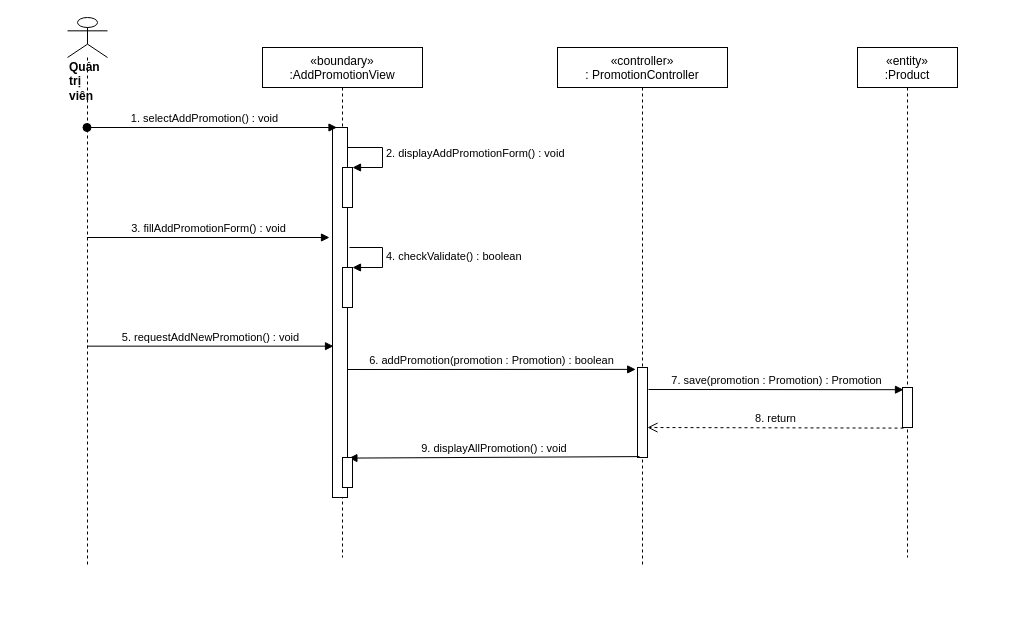
The draw.io diagram sequence diagram/add-newPromotion-sequence.drawio in nguyenphamvan/datn_20202, before the edit. Source tidied: cells renumbered, new cells numbered last; positions are measured from the earlier drawing's top-left corner, leaving out a move shared by most shapes. Both pictures are drawn from the tidied source at 100%, with x=0, y=0 at pixel (67, 17).
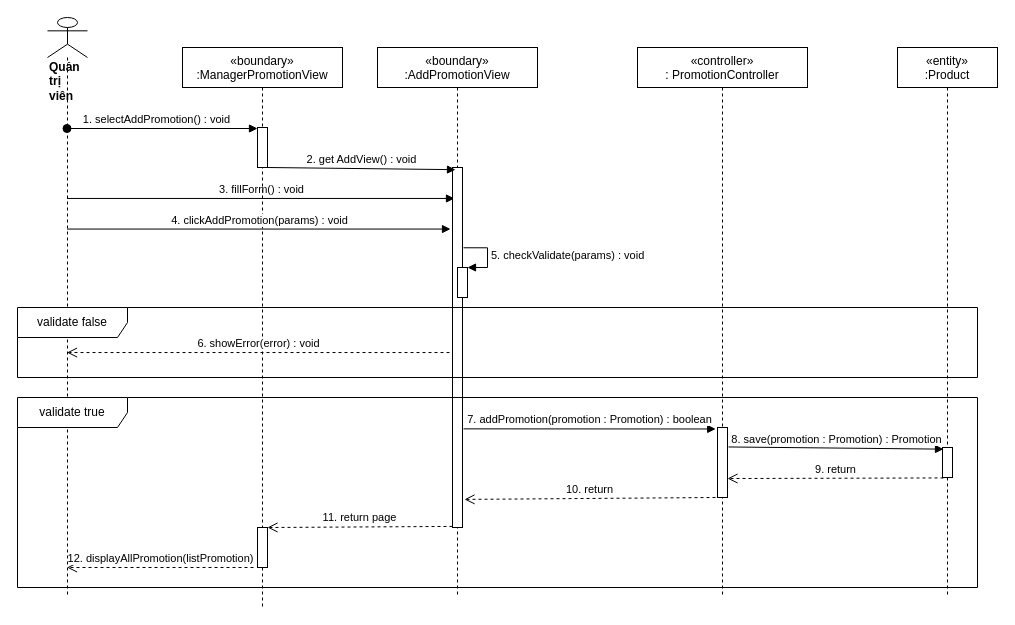
The same diagram, later.

Change to the diagram source:
```diff
@@
     <mxCell id="2" value="«boundary»&#10;:AddPromotionView" style="shape=umlLifeline;perimeter=lifelinePerimeter;rounded=0;shadow=0;strokeWidth=1;" parent="1" vertex="1">
-      <mxGeometry x="195" y="30" width="160" height="510" as="geometry" />
+      <mxGeometry x="310" y="30" width="160" height="550" as="geometry" />
     </mxCell>
-    <mxCell id="3" style="points=[];perimeter=orthogonalPerimeter;rounded=0;shadow=0;strokeWidth=1;" parent="2" vertex="1">
-      <mxGeometry x="70" y="80" width="15" height="370" as="geometry" />
-    </mxCell>
     <mxCell id="4" value="«controller»&#10;: PromotionController" style="shape=umlLifeline;perimeter=lifelinePerimeter;rounded=0;shadow=0;strokeWidth=1;" parent="1" vertex="1">
-      <mxGeometry x="490" y="30" width="170" height="520" as="geometry" />
+      <mxGeometry x="570" y="30" width="170" height="550" as="geometry" />
     </mxCell>
     <mxCell id="5" style="points=[];perimeter=orthogonalPerimeter;rounded=0;shadow=0;strokeWidth=1;" parent="4" vertex="1">
-      <mxGeometry x="80" y="320" width="10" height="90" as="geometry" />
+      <mxGeometry x="80" y="380" width="10" height="70" as="geometry" />
     </mxCell>
     <mxCell id="6" value="&lt;div&gt;&lt;b&gt;Quản trị viên&lt;/b&gt;&lt;/div&gt;" style="shape=umlLifeline;participant=umlActor;perimeter=lifelinePerimeter;whiteSpace=wrap;html=1;verticalAlign=top;spacingTop=36;outlineConnect=0;align=left;size=40;" parent="1" vertex="1">
-      <mxGeometry width="40" height="550" as="geometry" />
+      <mxGeometry x="-20" width="40" height="580" as="geometry" />
     </mxCell>
-    <mxCell id="7" value="1. selectAddPromotion() : void" style="verticalAlign=bottom;startArrow=oval;endArrow=block;startSize=8;shadow=0;strokeWidth=1;entryX=0.3;entryY=0;entryDx=0;entryDy=0;entryPerimeter=0;" parent="1" edge="1" source="6" target="3">
+    <mxCell id="7" value="1. selectAddPromotion() : void" style="verticalAlign=bottom;startArrow=oval;endArrow=block;startSize=8;shadow=0;strokeWidth=1;entryX=0;entryY=0.025;entryDx=0;entryDy=0;entryPerimeter=0;" parent="1" edge="1" source="6" target="22">
       <mxGeometry x="-0.06" relative="1" as="geometry" />
     </mxCell>
     <mxCell id="8" value="«entity»&#10;:Product" style="shape=umlLifeline;perimeter=lifelinePerimeter;rounded=0;shadow=0;strokeWidth=1;" parent="1" vertex="1">
-      <mxGeometry x="790" y="30" width="100" height="510" as="geometry" />
+      <mxGeometry x="830" y="30" width="100" height="550" as="geometry" />
     </mxCell>
     <mxCell id="9" style="points=[];perimeter=orthogonalPerimeter;rounded=0;shadow=0;strokeWidth=1;" parent="8" vertex="1">
-      <mxGeometry x="45" y="340" width="10" height="40" as="geometry" />
+      <mxGeometry x="45" y="400" width="10" height="30" as="geometry" />
     </mxCell>
-    <mxCell id="10" value="7. save(promotion : Promotion) : Promotion" style="html=1;verticalAlign=bottom;endArrow=block;entryX=0.1;entryY=0.055;entryDx=0;entryDy=0;entryPerimeter=0;" parent="1" edge="1" target="9">
-      <mxGeometry relative="1" as="geometry">
-        <mxPoint x="581" y="372" as="sourcePoint" />
-      </mxGeometry>
+    <mxCell id="10" value="8. save(promotion : Promotion) : Promotion" style="html=1;verticalAlign=bottom;endArrow=block;entryX=0.1;entryY=0.055;entryDx=0;entryDy=0;entryPerimeter=0;exitX=1.1;exitY=0.278;exitDx=0;exitDy=0;exitPerimeter=0;" parent="1" edge="1" source="5" target="9">
+      <mxGeometry relative="1" as="geometry" />
     </mxCell>
-    <mxCell id="11" value="8. return" style="html=1;verticalAlign=bottom;endArrow=open;dashed=1;endSize=8;exitX=0.1;exitY=1.015;exitDx=0;exitDy=0;exitPerimeter=0;entryX=1;entryY=0.667;entryDx=0;entryDy=0;entryPerimeter=0;" parent="1" edge="1" source="9" target="5">
+    <mxCell id="11" value="9. return" style="html=1;verticalAlign=bottom;endArrow=open;dashed=1;endSize=8;exitX=0.1;exitY=1.015;exitDx=0;exitDy=0;exitPerimeter=0;entryX=1;entryY=0.729;entryDx=0;entryDy=0;entryPerimeter=0;" parent="1" edge="1" source="9" target="5">
       <mxGeometry relative="1" as="geometry" />
     </mxCell>
-    <mxCell id="12" value="3. fillAddPromotionForm() : void" style="html=1;verticalAlign=bottom;endArrow=block;" parent="1" edge="1" source="6">
-      <mxGeometry relative="1" as="geometry">
-        <mxPoint x="262" y="220" as="targetPoint" />
-      </mxGeometry>
+    <mxCell id="12" value="3. fillForm() : void" style="html=1;verticalAlign=bottom;endArrow=block;entryX=0.2;entryY=0.086;entryDx=0;entryDy=0;entryPerimeter=0;" parent="1" edge="1" source="6" target="23">
+      <mxGeometry relative="1" as="geometry" />
     </mxCell>
-    <mxCell id="13" value="5. requestAddNewPromotion() : void" style="html=1;verticalAlign=bottom;endArrow=block;entryX=0.067;entryY=0.591;entryDx=0;entryDy=0;entryPerimeter=0;" parent="1" edge="1" source="6" target="3">
-      <mxGeometry relative="1" as="geometry" />
-    </mxCell>
-    <mxCell id="14" value="6. addPromotion(promotion : Promotion) : boolean" style="html=1;verticalAlign=bottom;endArrow=block;entryX=-0.18;entryY=0.021;entryDx=0;entryDy=0;entryPerimeter=0;" parent="1" edge="1" target="5">
-      <mxGeometry relative="1" as="geometry">
-        <mxPoint x="280" y="352" as="sourcePoint" />
-      </mxGeometry>
+    <mxCell id="14" value="7. addPromotion(promotion : Promotion) : boolean" style="html=1;verticalAlign=bottom;endArrow=block;entryX=-0.18;entryY=0.021;entryDx=0;entryDy=0;entryPerimeter=0;exitX=1.1;exitY=0.726;exitDx=0;exitDy=0;exitPerimeter=0;" parent="1" edge="1" source="23" target="5">
+      <mxGeometry relative="1" as="geometry" />
     </mxCell>
-    <mxCell id="15" value="9. displayAllPromotion() : void" style="verticalAlign=bottom;endArrow=block;shadow=0;strokeWidth=1;entryX=0.64;entryY=0.02;entryDx=0;entryDy=0;entryPerimeter=0;exitX=0.2;exitY=0.99;exitDx=0;exitDy=0;exitPerimeter=0;" parent="1" edge="1" source="5" target="20">
-      <mxGeometry relative="1" as="geometry" />
-    </mxCell>
-    <mxCell id="16" style="html=1;points=[];perimeter=orthogonalPerimeter;" parent="1" vertex="1">
-      <mxGeometry x="275" y="150" width="10" height="40" as="geometry" />
-    </mxCell>
-    <mxCell id="17" value="2. displayAddPromotionForm() : void" style="edgeStyle=orthogonalEdgeStyle;html=1;align=left;spacingLeft=2;endArrow=block;rounded=0;entryX=1;entryY=0;exitX=1;exitY=0.059;exitDx=0;exitDy=0;exitPerimeter=0;" parent="1" edge="1" source="3" target="16">
-      <mxGeometry relative="1" as="geometry">
-        <Array as="points">
-          <mxPoint x="315" y="130" />
-          <mxPoint x="315" y="150" />
-        </Array>
-      </mxGeometry>
-    </mxCell>
-    <mxCell id="18" style="html=1;points=[];perimeter=orthogonalPerimeter;" parent="1" vertex="1">
-      <mxGeometry x="275" y="250" width="10" height="40" as="geometry" />
-    </mxCell>
-    <mxCell id="19" value="4. checkValidate() : boolean" style="edgeStyle=orthogonalEdgeStyle;html=1;align=left;spacingLeft=2;endArrow=block;rounded=0;entryX=1;entryY=0;" parent="1" edge="1" target="18">
-      <mxGeometry relative="1" as="geometry">
-        <mxPoint x="282" y="230" as="sourcePoint" />
-        <Array as="points">
-          <mxPoint x="315" y="230" />
-          <mxPoint x="315" y="250" />
-        </Array>
-      </mxGeometry>
-    </mxCell>
-    <mxCell id="20" style="html=1;points=[];perimeter=orthogonalPerimeter;" parent="1" vertex="1">
-      <mxGeometry x="275" y="440" width="10" height="30" as="geometry" />
-    </mxCell>
+    <mxCell id="21" value="«boundary»&#10;:ManagerPromotionView" style="shape=umlLifeline;perimeter=lifelinePerimeter;rounded=0;shadow=0;strokeWidth=1;" parent="1" vertex="1">
+      <mxGeometry x="115" y="30" width="160" height="560" as="geometry" />
+    </mxCell>
+    <mxCell id="22" style="html=1;points=[];perimeter=orthogonalPerimeter;" parent="1" vertex="1">
+      <mxGeometry x="190" y="110" width="10" height="40" as="geometry" />
+    </mxCell>
+    <mxCell id="23" style="html=1;points=[];perimeter=orthogonalPerimeter;" parent="1" vertex="1">
+      <mxGeometry x="385" y="150" width="10" height="360" as="geometry" />
+    </mxCell>
+    <mxCell id="24" value="2. get AddView() : void" style="html=1;verticalAlign=bottom;endArrow=block;exitX=1;exitY=1;exitDx=0;exitDy=0;exitPerimeter=0;entryX=0.3;entryY=0.006;entryDx=0;entryDy=0;entryPerimeter=0;" parent="1" edge="1" source="22" target="23">
+      <mxGeometry relative="1" as="geometry" />
+    </mxCell>
+    <mxCell id="25" style="html=1;points=[];perimeter=orthogonalPerimeter;" parent="1" vertex="1">
+      <mxGeometry x="390" y="250" width="10" height="30" as="geometry" />
+    </mxCell>
+    <mxCell id="26" value="5. checkValidate(params) : void&amp;nbsp;" style="edgeStyle=orthogonalEdgeStyle;html=1;align=left;spacingLeft=2;endArrow=block;rounded=0;entryX=1;entryY=0;exitX=1.1;exitY=0.223;exitDx=0;exitDy=0;exitPerimeter=0;" parent="1" edge="1" source="23" target="25">
+      <mxGeometry relative="1" as="geometry">
+        <Array as="points">
+          <mxPoint x="396" y="230" />
+          <mxPoint x="420" y="230" />
+          <mxPoint x="420" y="250" />
+        </Array>
+      </mxGeometry>
+    </mxCell>
+    <mxCell id="27" value="4. clickAddPromotion(params) : void" style="html=1;verticalAlign=bottom;endArrow=block;entryX=-0.2;entryY=0.171;entryDx=0;entryDy=0;entryPerimeter=0;" parent="1" edge="1" source="6" target="23">
+      <mxGeometry relative="1" as="geometry" />
+    </mxCell>
+    <mxCell id="28" value="6. showError(error) : void" style="html=1;verticalAlign=bottom;endArrow=open;dashed=1;endSize=8;exitX=-0.3;exitY=0.514;exitDx=0;exitDy=0;exitPerimeter=0;" parent="1" edge="1" source="23" target="6">
+      <mxGeometry relative="1" as="geometry" />
+    </mxCell>
+    <mxCell id="29" value="validate false" style="shape=umlFrame;whiteSpace=wrap;html=1;width=110;height=30;" parent="1" vertex="1">
+      <mxGeometry x="-50" y="290" width="960" height="70" as="geometry" />
+    </mxCell>
+    <mxCell id="30" value="10. return" style="html=1;verticalAlign=bottom;endArrow=open;dashed=1;endSize=8;entryX=1.2;entryY=0.922;entryDx=0;entryDy=0;entryPerimeter=0;" parent="1" edge="1" target="23">
+      <mxGeometry relative="1" as="geometry">
+        <mxPoint x="648" y="480" as="sourcePoint" />
+      </mxGeometry>
+    </mxCell>
+    <mxCell id="31" value="11. return page" style="html=1;verticalAlign=bottom;endArrow=open;dashed=1;endSize=8;exitX=0;exitY=0.997;exitDx=0;exitDy=0;exitPerimeter=0;" parent="1" edge="1" source="23" target="32">
+      <mxGeometry relative="1" as="geometry" />
+    </mxCell>
+    <mxCell id="32" style="html=1;points=[];perimeter=orthogonalPerimeter;" parent="1" vertex="1">
+      <mxGeometry x="190" y="510" width="10" height="40" as="geometry" />
+    </mxCell>
+    <mxCell id="33" value="validate true" style="shape=umlFrame;whiteSpace=wrap;html=1;width=110;height=30;" parent="1" vertex="1">
+      <mxGeometry x="-50" y="380" width="960" height="190" as="geometry" />
+    </mxCell>
+    <mxCell id="34" value="&lt;span style=&quot;color: rgb(0 , 0 , 0) ; font-family: &amp;#34;helvetica&amp;#34; ; font-size: 11px ; font-style: normal ; font-weight: 400 ; letter-spacing: normal ; text-align: center ; text-indent: 0px ; text-transform: none ; word-spacing: 0px ; background-color: rgb(255 , 255 , 255) ; display: inline ; float: none&quot;&gt;12. displayAllPromotion(listPromotion)&lt;/span&gt;" style="html=1;verticalAlign=bottom;endArrow=open;dashed=1;endSize=8;exitX=-0.4;exitY=1;exitDx=0;exitDy=0;exitPerimeter=0;" parent="1" edge="1" source="32" target="6">
+      <mxGeometry relative="1" as="geometry" />
+    </mxCell>
```
